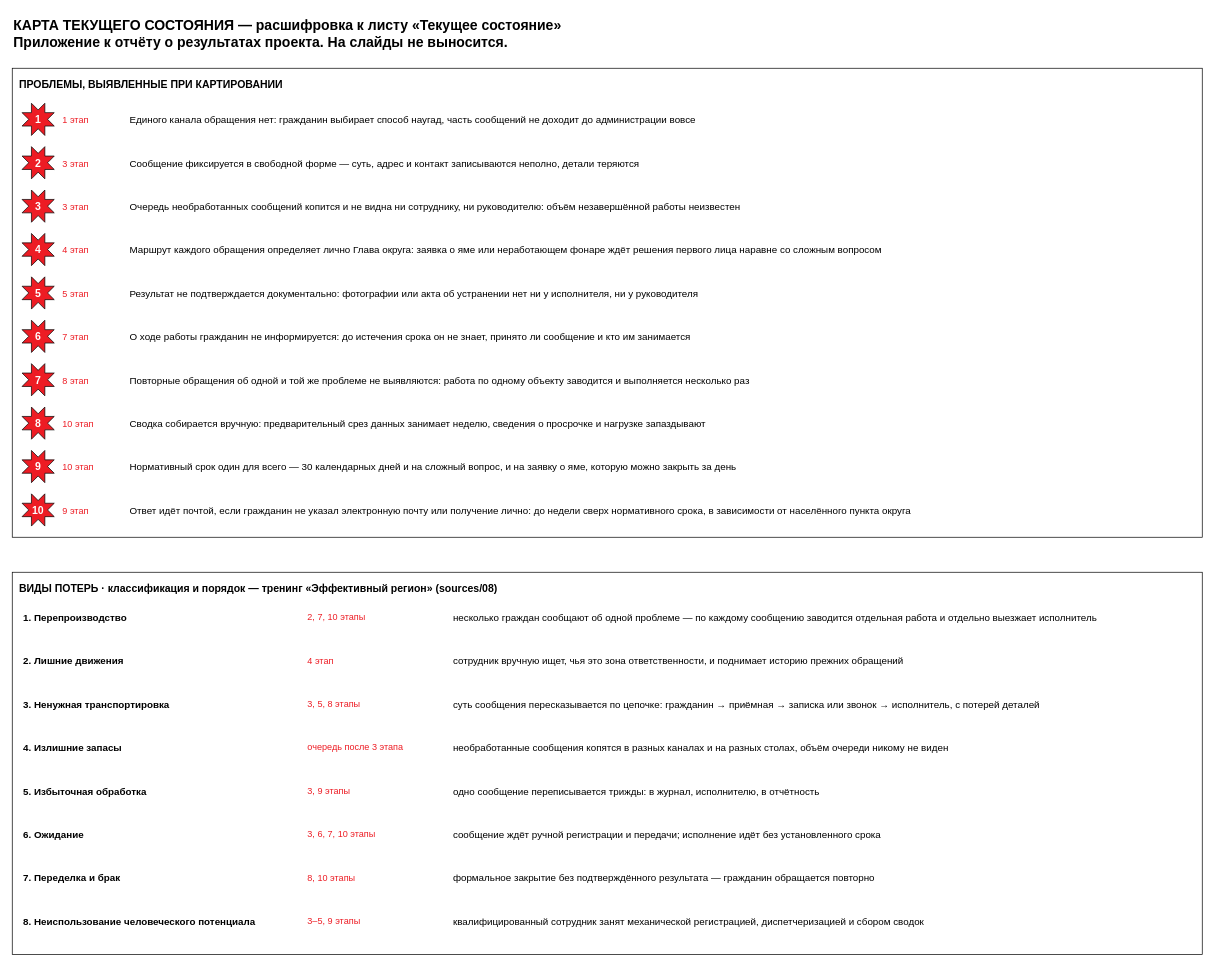
This is page "Проблемы и потери" (2 of 2) of файлы/karta-tekushchego.drawio from NiceGenn/Team-28-progress, a draw.io file, before an edit. Source tidied: cells renumbered, new cells numbered last; positions are measured from the earlier drawing's top-left corner, leaving out a move shared by most shapes. Both pictures are drawn from the tidied source at 70%, with x=0, y=0 at pixel (12, 12).
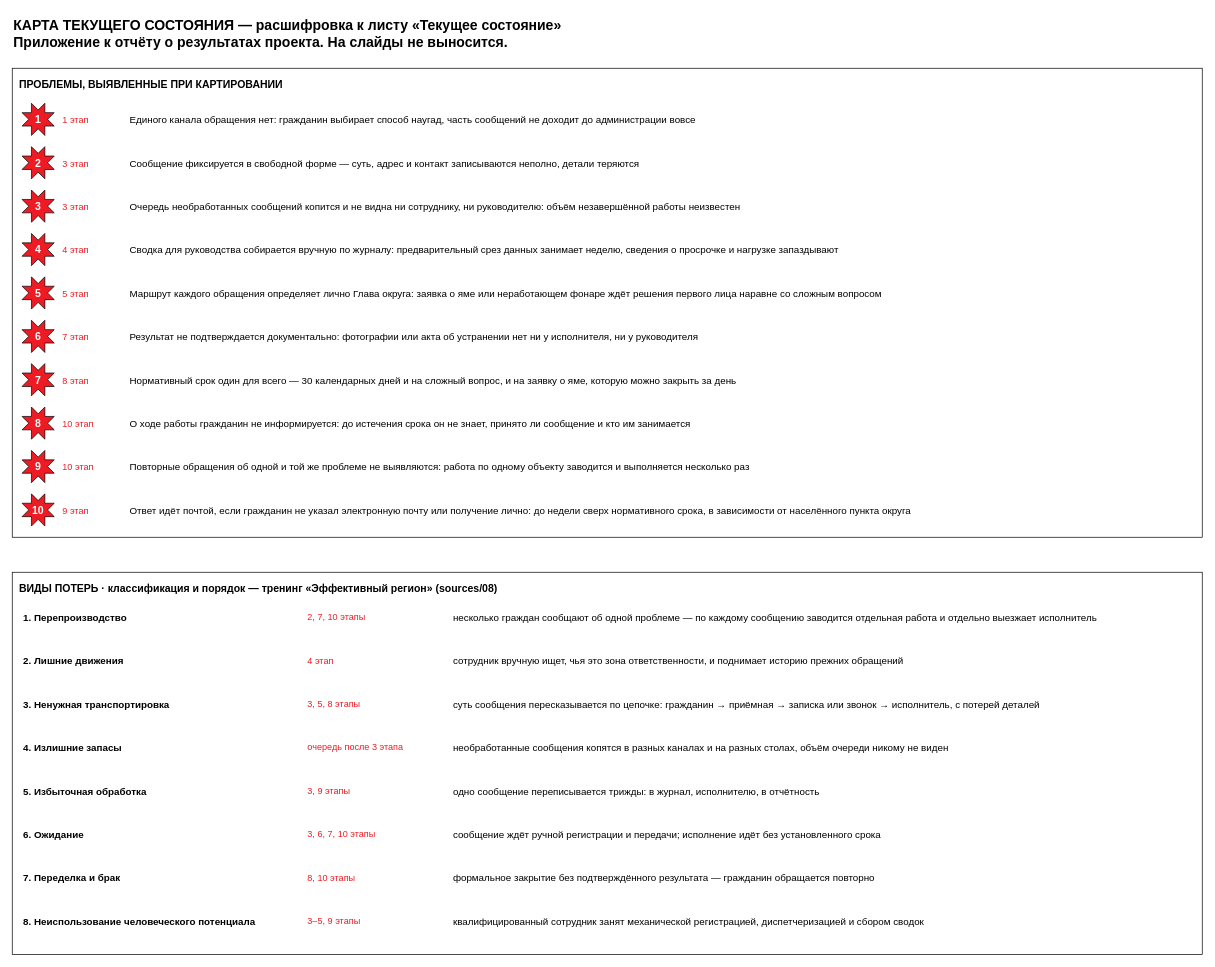
After the change.

Commit message (it also covers changes not shown here):
Штаб 1.14: карта без сбора сводки, ВПП 7-30 дней

Unchanged cells that the change refers to:
```xml
<mxCell id="3" value="ПРОБЛЕМЫ, ВЫЯВЛЕННЫЕ ПРИ КАРТИРОВАНИИ" style="rounded=0;whiteSpace=wrap;html=1;fillColor=#FFFFFF;strokeColor=#000000;align=left;verticalAlign=top;fontSize=15;fontStyle=1;spacing=10;" parent="1" vertex="1">
  <mxGeometry y="80" width="1700" height="670" as="geometry" />
</mxCell>
```

Change to the diagram source:
```diff
@@
-    <mxCell id="15" value="Маршрут каждого обращения определяет лично Глава округа: заявка о яме или неработающем фонаре ждёт решения первого лица наравне со сложным вопросом" style="text;html=1;align=left;verticalAlign=middle;fontSize=14;" parent="3" vertex="1">
+    <mxCell id="15" value="Сводка для руководства собирается вручную по журналу: предварительный срез данных занимает неделю, сведения о просрочке и нагрузке запаздывают" style="text;html=1;align=left;verticalAlign=middle;fontSize=14;" parent="3" vertex="1">
       <mxGeometry x="166" y="236" width="1516" height="48" as="geometry" />
     </mxCell>
@@
-    <mxCell id="18" value="Результат не подтверждается документально: фотографии или акта об устранении нет ни у исполнителя, ни у руководителя" style="text;html=1;align=left;verticalAlign=middle;fontSize=14;" parent="3" vertex="1">
+    <mxCell id="18" value="Маршрут каждого обращения определяет лично Глава округа: заявка о яме или неработающем фонаре ждёт решения первого лица наравне со сложным вопросом" style="text;html=1;align=left;verticalAlign=middle;fontSize=14;" parent="3" vertex="1">
       <mxGeometry x="166" y="298" width="1516" height="48" as="geometry" />
     </mxCell>
@@
-    <mxCell id="21" value="О ходе работы гражданин не информируется: до истечения срока он не знает, принято ли сообщение и кто им занимается" style="text;html=1;align=left;verticalAlign=middle;fontSize=14;" parent="3" vertex="1">
+    <mxCell id="21" value="Результат не подтверждается документально: фотографии или акта об устранении нет ни у исполнителя, ни у руководителя" style="text;html=1;align=left;verticalAlign=middle;fontSize=14;" parent="3" vertex="1">
       <mxGeometry x="166" y="360" width="1516" height="48" as="geometry" />
     </mxCell>
@@
-    <mxCell id="24" value="Повторные обращения об одной и той же проблеме не выявляются: работа по одному объекту заводится и выполняется несколько раз" style="text;html=1;align=left;verticalAlign=middle;fontSize=14;" parent="3" vertex="1">
+    <mxCell id="24" value="Нормативный срок один для всего — 30 календарных дней и на сложный вопрос, и на заявку о яме, которую можно закрыть за день" style="text;html=1;align=left;verticalAlign=middle;fontSize=14;" parent="3" vertex="1">
       <mxGeometry x="166" y="422" width="1516" height="48" as="geometry" />
     </mxCell>
@@
-    <mxCell id="27" value="Сводка собирается вручную: предварительный срез данных занимает неделю, сведения о просрочке и нагрузке запаздывают" style="text;html=1;align=left;verticalAlign=middle;fontSize=14;" parent="3" vertex="1">
+    <mxCell id="27" value="О ходе работы гражданин не информируется: до истечения срока он не знает, принято ли сообщение и кто им занимается" style="text;html=1;align=left;verticalAlign=middle;fontSize=14;" parent="3" vertex="1">
       <mxGeometry x="166" y="484" width="1516" height="48" as="geometry" />
     </mxCell>
@@
-    <mxCell id="30" value="Нормативный срок один для всего — 30 календарных дней и на сложный вопрос, и на заявку о яме, которую можно закрыть за день" style="text;html=1;align=left;verticalAlign=middle;fontSize=14;" parent="3" vertex="1">
+    <mxCell id="30" value="Повторные обращения об одной и той же проблеме не выявляются: работа по одному объекту заводится и выполняется несколько раз" style="text;html=1;align=left;verticalAlign=middle;fontSize=14;" parent="3" vertex="1">
       <mxGeometry x="166" y="546" width="1516" height="48" as="geometry" />
     </mxCell>
```
